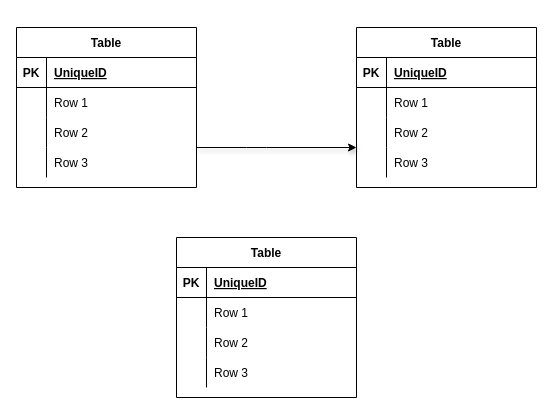
yuka-i0412/chat-app keeps this draw.io diagram as test.dio. Above is the earlier version. Source tidied: cells renumbered, new cells numbered last; positions are measured from the earlier drawing's top-left corner, leaving out a move shared by most shapes. Both pictures are drawn from the tidied source at 100%, with x=0, y=0 at pixel (16, 27).
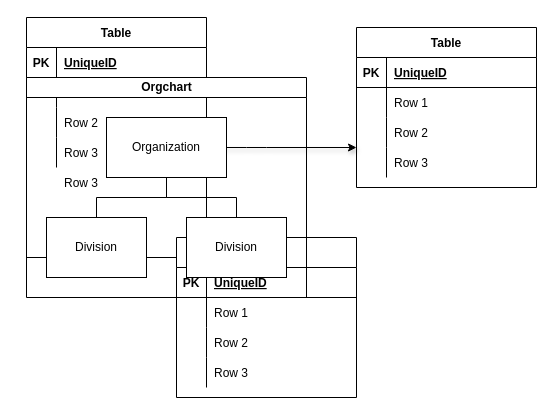
The same page after the edit.

Change to the diagram source:
```diff
@@
     <mxCell id="2" value="Table" style="shape=table;startSize=30;childLayout=tableLayout;rowLines=0;fontStyle=1;align=center;" parent="1" vertex="1">
-      <mxGeometry width="180" height="160" as="geometry" />
+      <mxGeometry x="10" y="-10" width="180" height="240" as="geometry" />
     </mxCell>
@@
+    <mxCell id="42" value="Row 3" style="shape=partialRectangle;fillColor=none;top=0;left=0;bottom=0;right=0;align=left;spacingLeft=6;overflow=hidden;" parent="1" vertex="1">
+      <mxGeometry x="40" y="140" width="150" height="30" as="geometry" />
+    </mxCell>
+    <mxCell id="43" value="Orgchart" style="swimlane;html=1;startSize=20;horizontal=1;containerType=tree;newEdgeStyle={&quot;edgeStyle&quot;:&quot;elbowEdgeStyle&quot;,&quot;startArrow&quot;:&quot;none&quot;,&quot;endArrow&quot;:&quot;none&quot;};" parent="1" vertex="1">
+      <mxGeometry x="10" y="50" width="280" height="220" as="geometry" />
+    </mxCell>
+    <mxCell id="44" style="edgeStyle=elbowEdgeStyle;elbow=vertical;startArrow=none;endArrow=none;rounded=0;" parent="43" edge="1" source="46" target="47">
+      <mxGeometry relative="1" as="geometry" />
+    </mxCell>
+    <mxCell id="45" style="edgeStyle=elbowEdgeStyle;elbow=vertical;startArrow=none;endArrow=none;rounded=0;" parent="43" edge="1" source="46" target="48">
+      <mxGeometry relative="1" as="geometry" />
+    </mxCell>
+    <mxCell id="46" value="Organization" style="whiteSpace=wrap;html=1;align=center;newEdgeStyle={&quot;edgeStyle&quot;:&quot;elbowEdgeStyle&quot;,&quot;startArrow&quot;:&quot;none&quot;,&quot;endArrow&quot;:&quot;none&quot;};" parent="43" vertex="1">
+      <mxGeometry x="80" y="40" width="120" height="60" as="geometry" />
+    </mxCell>
+    <mxCell id="47" value="Division" style="whiteSpace=wrap;html=1;align=center;verticalAlign=middle;newEdgeStyle={&quot;edgeStyle&quot;:&quot;elbowEdgeStyle&quot;,&quot;startArrow&quot;:&quot;none&quot;,&quot;endArrow&quot;:&quot;none&quot;};" parent="43" vertex="1">
+      <mxGeometry x="20" y="140" width="100" height="60" as="geometry" />
+    </mxCell>
+    <mxCell id="48" value="Division" style="whiteSpace=wrap;html=1;align=center;verticalAlign=middle;newEdgeStyle={&quot;edgeStyle&quot;:&quot;elbowEdgeStyle&quot;,&quot;startArrow&quot;:&quot;none&quot;,&quot;endArrow&quot;:&quot;none&quot;};" parent="43" vertex="1">
+      <mxGeometry x="160" y="140" width="100" height="60" as="geometry" />
+    </mxCell>
```
